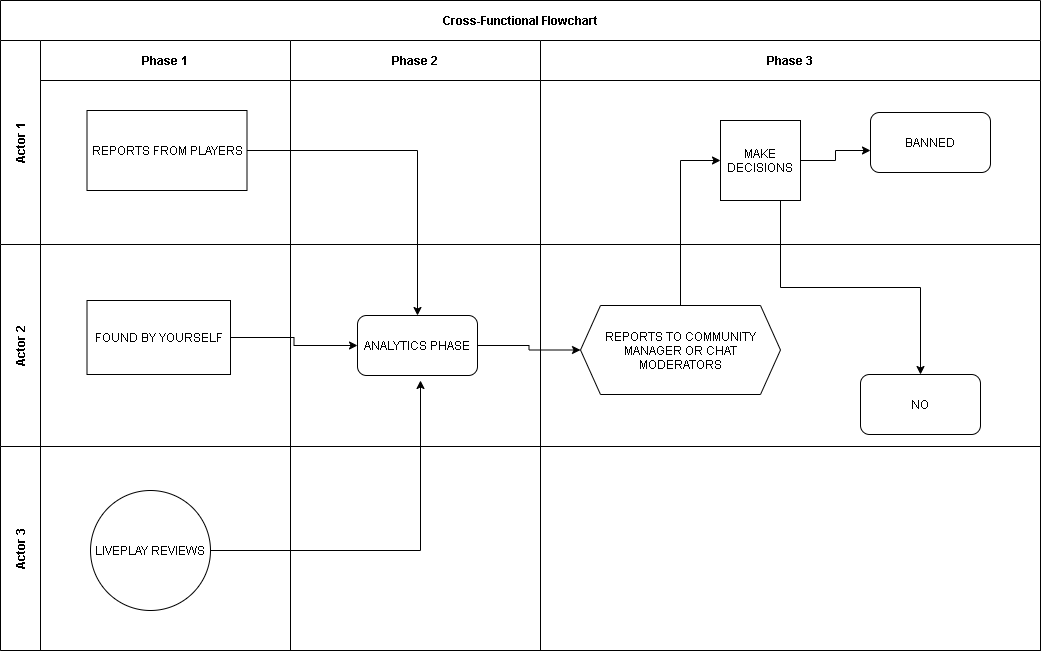
This is replaywatchers.png from troke12/mikrotik, a draw.io export, as it was before one commit. Source tidied: cells renumbered, new cells last; positions are measured from the earlier drawing's top-left corner, leaving out a move shared by most shapes.
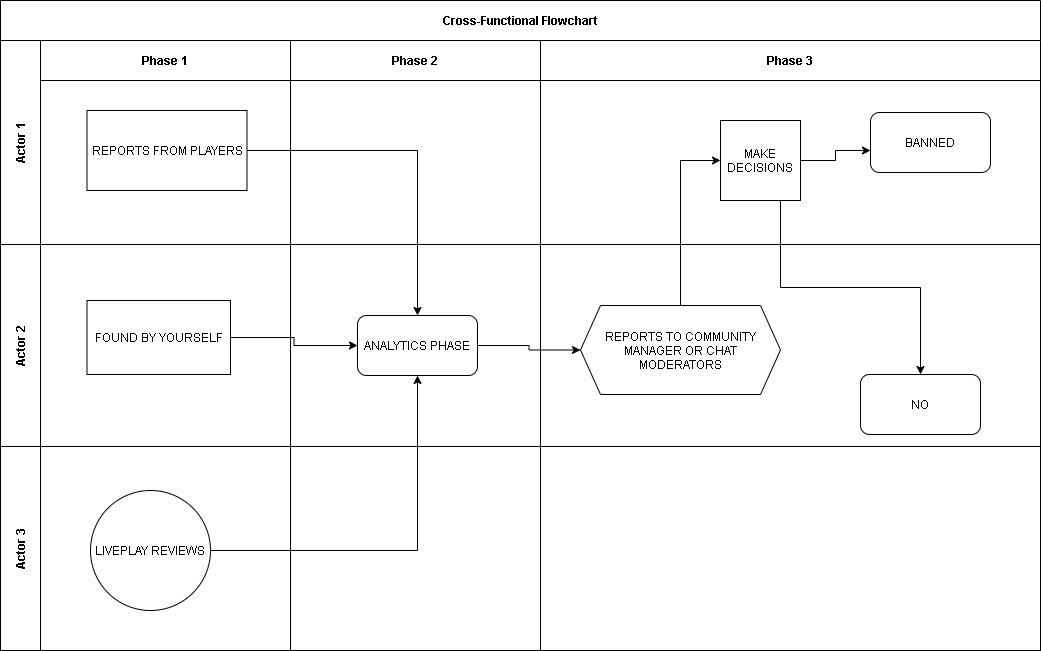
After the change.

Change to the diagram source:
```diff
@@ -83,10 +83,8 @@
     <mxCell id="28" style="edgeStyle=orthogonalEdgeStyle;rounded=0;jettySize=auto;html=1;exitX=1;exitY=0.5;exitDx=0;exitDy=0;entryX=0.5;entryY=0;entryDx=0;entryDy=0;" parent="2" edge="1" source="5" target="15">
       <mxGeometry relative="1" as="geometry" />
     </mxCell>
-    <mxCell id="29" style="edgeStyle=orthogonalEdgeStyle;rounded=0;jettySize=auto;html=1;exitX=1;exitY=0.5;exitDx=0;exitDy=0;" parent="2" edge="1" source="24">
-      <mxGeometry relative="1" as="geometry">
-        <mxPoint x="420" y="380" as="targetPoint" />
-      </mxGeometry>
+    <mxCell id="29" style="edgeStyle=orthogonalEdgeStyle;rounded=0;jettySize=auto;html=1;exitX=1;exitY=0.5;exitDx=0;exitDy=0;entryX=0.5;entryY=1;entryDx=0;entryDy=0;" parent="2" edge="1" source="24" target="15">
+      <mxGeometry relative="1" as="geometry" />
     </mxCell>
     <mxCell id="30" style="edgeStyle=orthogonalEdgeStyle;rounded=0;jettySize=auto;html=1;exitX=0.5;exitY=0;exitDx=0;exitDy=0;entryX=0;entryY=0.5;entryDx=0;entryDy=0;" parent="2" edge="1" source="17" target="10">
       <mxGeometry relative="1" as="geometry" />
```
